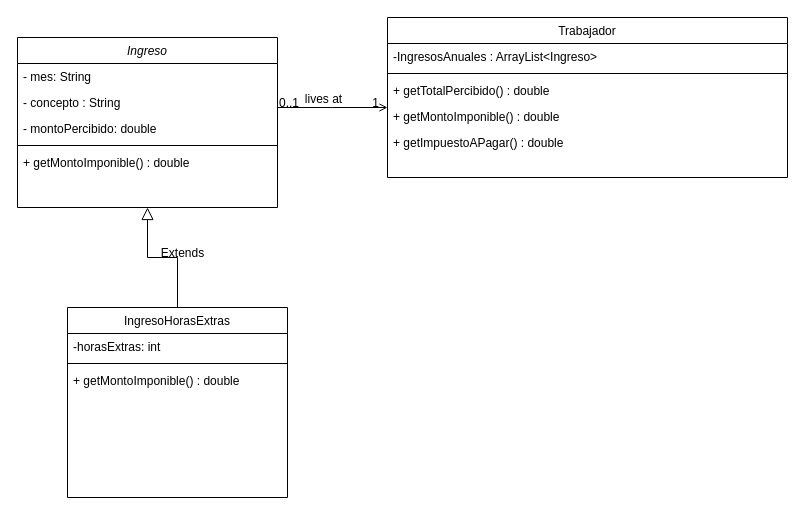
This is src/ar/edu/unq/po2/tp4/Diagrama sin título.drawio from Medina-Ivan-Angel/unqui-po2-medina, a draw.io file, before an edit. Source tidied: cells renumbered, new cells numbered last; positions are measured from the earlier drawing's top-left corner, leaving out a move shared by most shapes. Both pictures are drawn from the tidied source at 100%, with x=0, y=0 at pixel (17, 17).
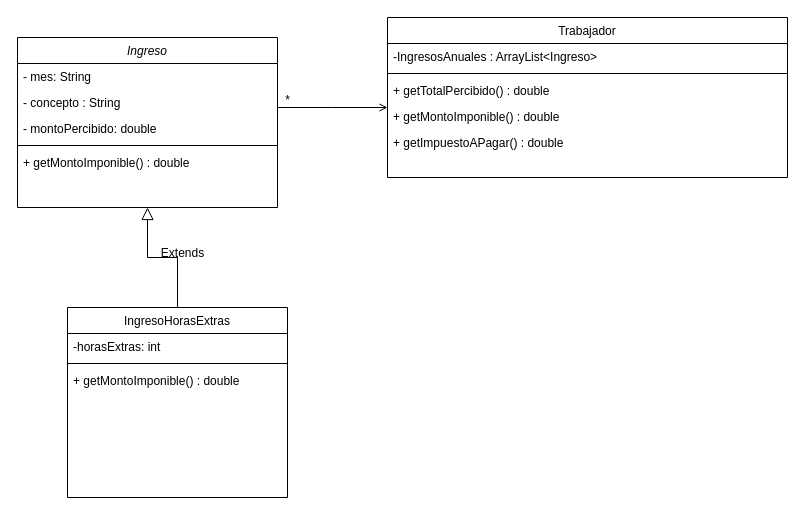
The same page after the edit.

Commit message:
UML Trabajador terminado.drawio

The change refers to these unchanged cells:
```xml
<mxCell id="19" style="endArrow=open;shadow=0;strokeWidth=1;rounded=0;endFill=1;edgeStyle=elbowEdgeStyle;elbow=vertical;" parent="1" edge="1" source="2" target="13">
  <mxGeometry x="0.5" y="41" relative="1" as="geometry">
    <mxPoint x="-40" y="32" as="offset" />
  </mxGeometry>
</mxCell>
```

The edit, as a diff of the source:
```diff
@@
-    <mxCell id="20" value="0..1" style="align=left;verticalAlign=bottom;labelBackgroundColor=none;fontSize=12;" parent="19" vertex="1">
-      <mxGeometry x="-1" relative="1" as="geometry">
-        <mxPoint y="4" as="offset" />
-      </mxGeometry>
-    </mxCell>
-    <mxCell id="21" value="1" style="align=right;verticalAlign=bottom;labelBackgroundColor=none;fontSize=12;" parent="19" vertex="1">
-      <mxGeometry x="1" relative="1" as="geometry">
-        <mxPoint x="-7" y="4" as="offset" />
-      </mxGeometry>
-    </mxCell>
-    <mxCell id="22" value="lives at" style="text;html=1;align=center;verticalAlign=middle;labelBackgroundColor=none;rounded=0;shadow=0;strokeWidth=1;fontSize=12;" parent="19" vertex="1">
-      <mxGeometry x="0.5" y="49" relative="1" as="geometry">
-        <mxPoint x="-38" y="40" as="offset" />
-      </mxGeometry>
-    </mxCell>
@@
+    <mxCell id="24" value="*" style="text;html=1;align=center;verticalAlign=middle;strokeColor=none;fillColor=none;" parent="1" vertex="1">
+      <mxGeometry x="255" y="68" width="30" height="30" as="geometry" />
+    </mxCell>
```
